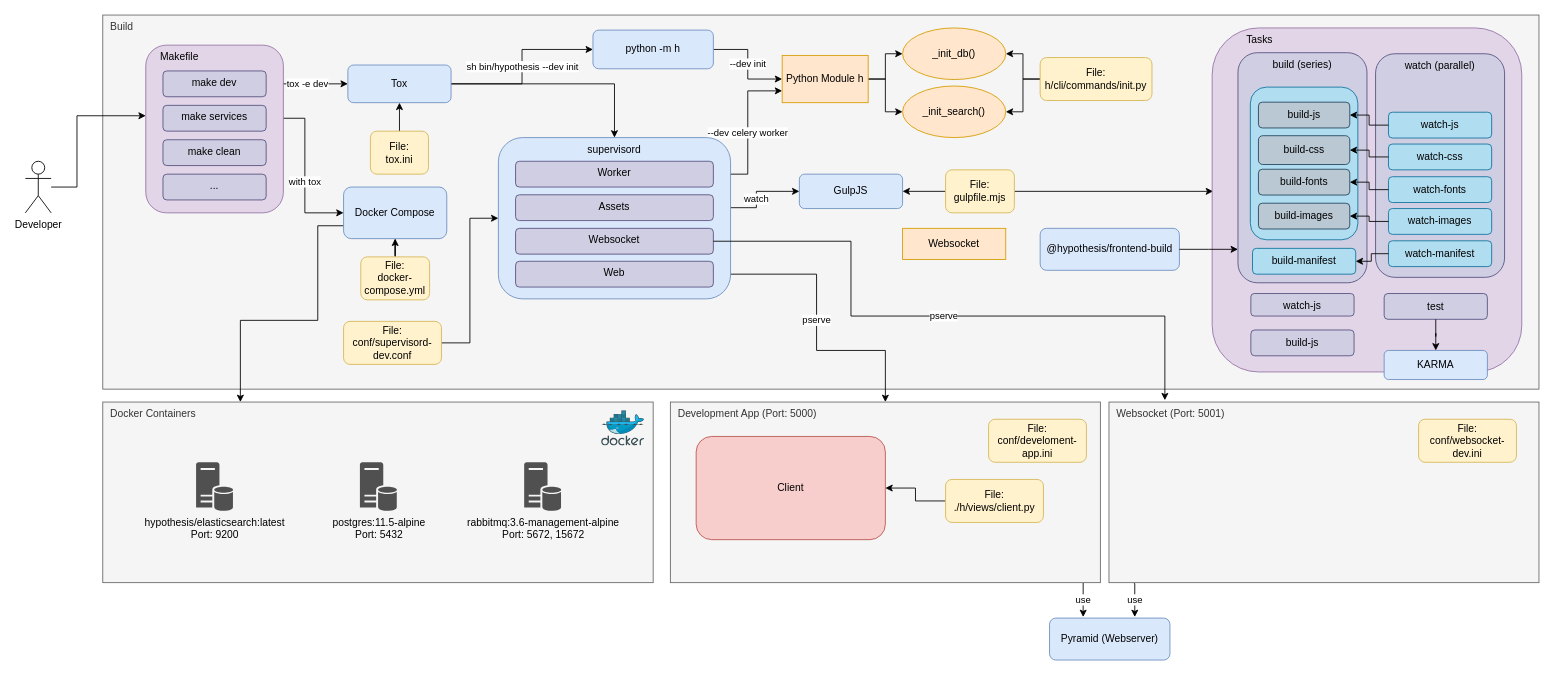
Before: page "Hypothesis Server" (3 of 3) of content-server/docs/architecture.drawio in UKPLab/CARE, a draw.io diagram. Source tidied: cells renumbered, new cells numbered last; positions are measured from the earlier drawing's top-left corner, leaving out a move shared by most shapes. Both pictures are drawn from the tidied source at 86%, with x=0, y=0 at pixel (25, 15).
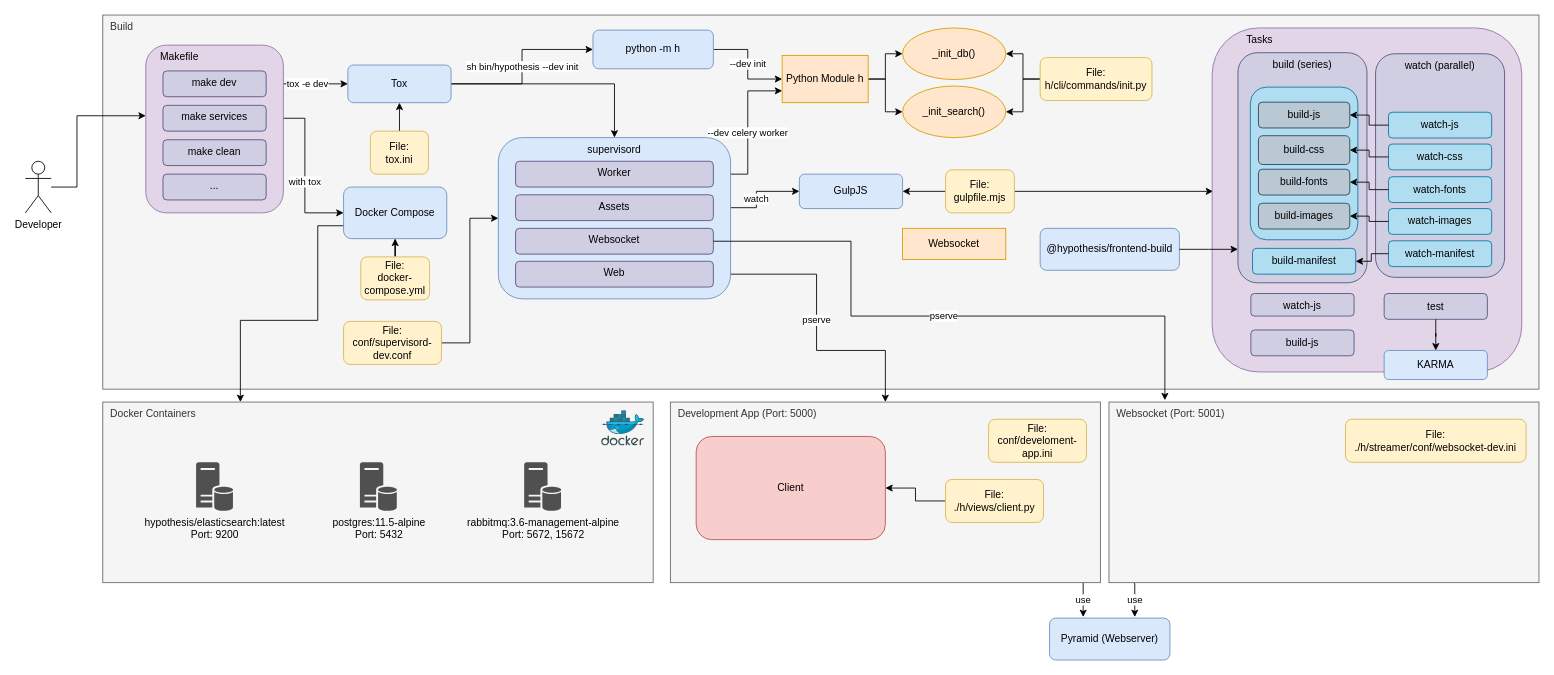
Above is the later version.

Diff of the diagram source:
```diff
@@
-    <mxCell id="92" value="File:&lt;br&gt;conf/websocket-dev.ini&lt;span&gt;&lt;br&gt;&lt;/span&gt;" style="whiteSpace=wrap;html=1;rounded=1;align=center;verticalAlign=middle;fillColor=#fff2cc;strokeColor=#d6b656;" parent="1" vertex="1">
-      <mxGeometry x="1620" y="470" width="113.8" height="50" as="geometry" />
+    <mxCell id="92" value="File:&lt;br&gt;./h/streamer/conf/websocket-dev.ini&lt;span&gt;&lt;br&gt;&lt;/span&gt;" style="whiteSpace=wrap;html=1;rounded=1;align=center;verticalAlign=middle;fillColor=#fff2cc;strokeColor=#d6b656;" parent="1" vertex="1">
+      <mxGeometry x="1535" y="470" width="210" height="50" as="geometry" />
     </mxCell>
```
